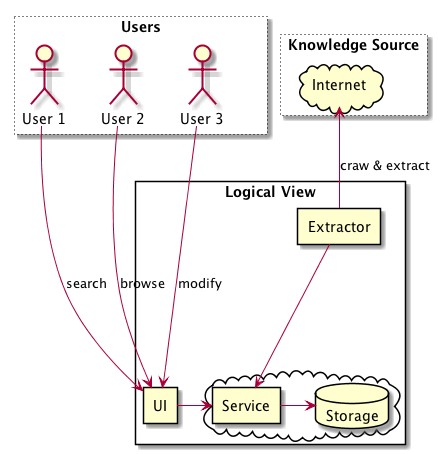
The PlantUML diagram sa/uml/logical-view-context.png in nanoix9/2019Papers, before a commit.
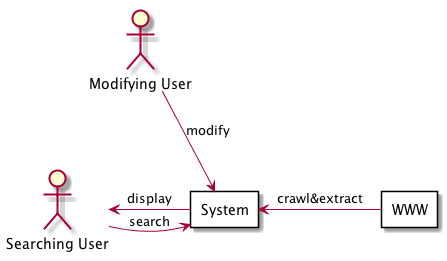
The same file after the commit.

Diff of the diagram source:
```diff
@@ -1,37 +1,31 @@
 @startuml
 
-rectangle Users #line.dotted {
-    actor "User 1" as Us
-    actor "User 2" as Ub
-    actor "User 3" as Um
+scale max 600 height
+
+
+
+    actor "Searching User" as Us
+    actor "Modifying User" as Um
+
+rectangle "System" as System {
 }
 
-rectangle "Logical View" as System {
-    rectangle UI
-    rectangle Extractor
-    cloud {
-        rectangle Service
-        database Storage
-    }
+rectangle "WWW" #line.dotted {
 }
 
-rectangle "Knowledge Source" #line.dotted {
-    cloud Internet
-}
 
-Users -[hidden]down- System
 
-Us -down-> UI: search
-Ub -down-> UI: browse
-Um -down-> UI: modify
 
-Us -[hidden]right- Ub
-Ub -[hidden]right- Um
 
-Internet <-- Extractor: craw & extract
-Extractor --> Service
 
-UI -right-> Service
-Service -> Storage
+
+Us -> System: search
+Um -> System: modify
+
+Us <- System: display
+
+Us -[hidden]up- Um
+
+System <- WWW: crawl&extract
 
 @enduml
```
